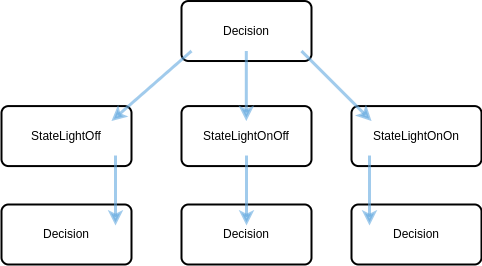
This is assets/path-ultrasonic-light.png from guimaraaes/cutes, a draw.io export, as it was before one commit. Source tidied: cells renumbered, new cells last; positions are measured from the earlier drawing's top-left corner, leaving out a move shared by most shapes. The source it was exported from:
```xml
<mxGraphModel>
  <root>
    <mxCell id="0" />
    <mxCell id="1" parent="0" />
    <mxCell id="2" value="Decision" style="rounded=1;whiteSpace=wrap;html=1;absoluteArcSize=1;arcSize=14;strokeWidth=2;" parent="1" vertex="1">
      <mxGeometry x="180" y="-0.5" width="130" height="60" as="geometry" />
    </mxCell>
    <mxCell id="3" value="StateLightOff" style="rounded=1;whiteSpace=wrap;html=1;absoluteArcSize=1;arcSize=14;strokeWidth=2;" parent="1" vertex="1">
      <mxGeometry y="104.6" width="130" height="60" as="geometry" />
    </mxCell>
    <mxCell id="4" value="StateLightOnOff" style="rounded=1;whiteSpace=wrap;html=1;absoluteArcSize=1;arcSize=14;strokeWidth=2;" parent="1" vertex="1">
      <mxGeometry x="180" y="104.6" width="130" height="60" as="geometry" />
    </mxCell>
    <mxCell id="5" value="StateLightOnOn" style="rounded=1;whiteSpace=wrap;html=1;absoluteArcSize=1;arcSize=14;strokeWidth=2;" parent="1" vertex="1">
      <mxGeometry x="350" y="104.6" width="130" height="60" as="geometry" />
    </mxCell>
    <mxCell id="6" style="endArrow=classic;html=1;rounded=0;fillColor=#dae8fc;strokeColor=#63a8df;strokeWidth=3;opacity=60;" parent="1" edge="1">
      <mxGeometry relative="1" as="geometry">
        <mxPoint x="244.8" y="49.5" as="sourcePoint" />
        <mxPoint x="244.8" y="119.5" as="targetPoint" />
      </mxGeometry>
    </mxCell>
    <mxCell id="7" style="endArrow=classic;html=1;rounded=0;fillColor=#dae8fc;strokeColor=#63a8df;strokeWidth=3;opacity=60;entryX=0.154;entryY=0.249;entryDx=0;entryDy=0;entryPerimeter=0;" parent="1" edge="1" target="5">
      <mxGeometry relative="1" as="geometry">
        <mxPoint x="300" y="49.5" as="sourcePoint" />
      </mxGeometry>
    </mxCell>
    <mxCell id="8" style="endArrow=classic;html=1;rounded=0;fillColor=#dae8fc;strokeColor=#63a8df;strokeWidth=3;opacity=60;entryX=0.846;entryY=0.249;entryDx=0;entryDy=0;entryPerimeter=0;" parent="1" edge="1" target="3">
      <mxGeometry relative="1" as="geometry">
        <mxPoint x="190" y="49.5" as="sourcePoint" />
      </mxGeometry>
    </mxCell>
    <mxCell id="9" value="Decision" style="rounded=1;whiteSpace=wrap;html=1;absoluteArcSize=1;arcSize=14;strokeWidth=2;" parent="1" vertex="1">
      <mxGeometry y="203" width="130" height="60" as="geometry" />
    </mxCell>
    <mxCell id="10" value="Decision" style="rounded=1;whiteSpace=wrap;html=1;absoluteArcSize=1;arcSize=14;strokeWidth=2;" parent="1" vertex="1">
      <mxGeometry x="180" y="203" width="130" height="60" as="geometry" />
    </mxCell>
    <mxCell id="11" value="Decision" style="rounded=1;whiteSpace=wrap;html=1;absoluteArcSize=1;arcSize=14;strokeWidth=2;" parent="1" vertex="1">
      <mxGeometry x="350" y="203" width="130" height="60" as="geometry" />
    </mxCell>
    <mxCell id="12" style="endArrow=classic;html=1;rounded=0;fillColor=#dae8fc;strokeColor=#63a8df;strokeWidth=3;opacity=60;" parent="1" edge="1">
      <mxGeometry relative="1" as="geometry">
        <mxPoint x="114" y="154" as="sourcePoint" />
        <mxPoint x="114" y="224" as="targetPoint" />
      </mxGeometry>
    </mxCell>
    <mxCell id="13" style="endArrow=classic;html=1;rounded=0;fillColor=#dae8fc;strokeColor=#63a8df;strokeWidth=3;opacity=60;" parent="1" edge="1">
      <mxGeometry relative="1" as="geometry">
        <mxPoint x="245" y="154" as="sourcePoint" />
        <mxPoint x="245" y="224" as="targetPoint" />
      </mxGeometry>
    </mxCell>
    <mxCell id="14" style="endArrow=classic;html=1;rounded=0;fillColor=#dae8fc;strokeColor=#63a8df;strokeWidth=3;opacity=60;" parent="1" edge="1">
      <mxGeometry relative="1" as="geometry">
        <mxPoint x="368" y="154" as="sourcePoint" />
        <mxPoint x="368" y="224" as="targetPoint" />
      </mxGeometry>
    </mxCell>
  </root>
</mxGraphModel>
```
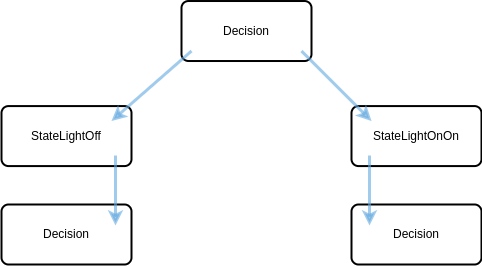
The same diagram one commit later.

Commit message:
update ultrasonic-light documentation

Diff of the diagram source:
```diff
@@ -8,54 +8,36 @@
     <mxCell id="3" value="StateLightOff" style="rounded=1;whiteSpace=wrap;html=1;absoluteArcSize=1;arcSize=14;strokeWidth=2;" parent="1" vertex="1">
       <mxGeometry y="104.6" width="130" height="60" as="geometry" />
     </mxCell>
-    <mxCell id="4" value="StateLightOnOff" style="rounded=1;whiteSpace=wrap;html=1;absoluteArcSize=1;arcSize=14;strokeWidth=2;" parent="1" vertex="1">
-      <mxGeometry x="180" y="104.6" width="130" height="60" as="geometry" />
+    <mxCell id="4" value="StateLightOnOn" style="rounded=1;whiteSpace=wrap;html=1;absoluteArcSize=1;arcSize=14;strokeWidth=2;" parent="1" vertex="1">
+      <mxGeometry x="350" y="104.6" width="130" height="60" as="geometry" />
     </mxCell>
-    <mxCell id="5" value="StateLightOnOn" style="rounded=1;whiteSpace=wrap;html=1;absoluteArcSize=1;arcSize=14;strokeWidth=2;" parent="1" vertex="1">
-      <mxGeometry x="350" y="104.6" width="130" height="60" as="geometry" />
+    <mxCell id="5" style="endArrow=classic;html=1;rounded=0;fillColor=#dae8fc;strokeColor=#63a8df;strokeWidth=3;opacity=60;entryX=0.154;entryY=0.249;entryDx=0;entryDy=0;entryPerimeter=0;" parent="1" edge="1" target="4">
+      <mxGeometry relative="1" as="geometry">
+        <mxPoint x="300" y="49.5" as="sourcePoint" />
+      </mxGeometry>
     </mxCell>
-    <mxCell id="6" style="endArrow=classic;html=1;rounded=0;fillColor=#dae8fc;strokeColor=#63a8df;strokeWidth=3;opacity=60;" parent="1" edge="1">
+    <mxCell id="6" style="endArrow=classic;html=1;rounded=0;fillColor=#dae8fc;strokeColor=#63a8df;strokeWidth=3;opacity=60;entryX=0.846;entryY=0.249;entryDx=0;entryDy=0;entryPerimeter=0;" parent="1" edge="1" target="3">
       <mxGeometry relative="1" as="geometry">
-        <mxPoint x="244.8" y="49.5" as="sourcePoint" />
-        <mxPoint x="244.8" y="119.5" as="targetPoint" />
+        <mxPoint x="190" y="49.5" as="sourcePoint" />
       </mxGeometry>
     </mxCell>
-    <mxCell id="7" style="endArrow=classic;html=1;rounded=0;fillColor=#dae8fc;strokeColor=#63a8df;strokeWidth=3;opacity=60;entryX=0.154;entryY=0.249;entryDx=0;entryDy=0;entryPerimeter=0;" parent="1" edge="1" target="5">
-      <mxGeometry relative="1" as="geometry">
-        <mxPoint x="300" y="49.5" as="sourcePoint" />
-      </mxGeometry>
+    <mxCell id="7" value="Decision" style="rounded=1;whiteSpace=wrap;html=1;absoluteArcSize=1;arcSize=14;strokeWidth=2;" parent="1" vertex="1">
+      <mxGeometry y="203" width="130" height="60" as="geometry" />
     </mxCell>
-    <mxCell id="8" style="endArrow=classic;html=1;rounded=0;fillColor=#dae8fc;strokeColor=#63a8df;strokeWidth=3;opacity=60;entryX=0.846;entryY=0.249;entryDx=0;entryDy=0;entryPerimeter=0;" parent="1" edge="1" target="3">
-      <mxGeometry relative="1" as="geometry">
-        <mxPoint x="190" y="49.5" as="sourcePoint" />
-      </mxGeometry>
+    <mxCell id="8" value="Decision" style="rounded=1;whiteSpace=wrap;html=1;absoluteArcSize=1;arcSize=14;strokeWidth=2;" parent="1" vertex="1">
+      <mxGeometry x="350" y="203" width="130" height="60" as="geometry" />
     </mxCell>
-    <mxCell id="9" value="Decision" style="rounded=1;whiteSpace=wrap;html=1;absoluteArcSize=1;arcSize=14;strokeWidth=2;" parent="1" vertex="1">
-      <mxGeometry y="203" width="130" height="60" as="geometry" />
+    <mxCell id="9" style="endArrow=classic;html=1;rounded=0;fillColor=#dae8fc;strokeColor=#63a8df;strokeWidth=3;opacity=60;" parent="1" edge="1">
+      <mxGeometry relative="1" as="geometry">
+        <mxPoint x="114" y="154" as="sourcePoint" />
+        <mxPoint x="114" y="224" as="targetPoint" />
+      </mxGeometry>
     </mxCell>
-    <mxCell id="10" value="Decision" style="rounded=1;whiteSpace=wrap;html=1;absoluteArcSize=1;arcSize=14;strokeWidth=2;" parent="1" vertex="1">
-      <mxGeometry x="180" y="203" width="130" height="60" as="geometry" />
+    <mxCell id="10" style="endArrow=classic;html=1;rounded=0;fillColor=#dae8fc;strokeColor=#63a8df;strokeWidth=3;opacity=60;" parent="1" edge="1">
+      <mxGeometry relative="1" as="geometry">
+        <mxPoint x="368" y="154" as="sourcePoint" />
+        <mxPoint x="368" y="224" as="targetPoint" />
+      </mxGeometry>
     </mxCell>
-    <mxCell id="11" value="Decision" style="rounded=1;whiteSpace=wrap;html=1;absoluteArcSize=1;arcSize=14;strokeWidth=2;" parent="1" vertex="1">
-      <mxGeometry x="350" y="203" width="130" height="60" as="geometry" />
-    </mxCell>
-    <mxCell id="12" style="endArrow=classic;html=1;rounded=0;fillColor=#dae8fc;strokeColor=#63a8df;strokeWidth=3;opacity=60;" parent="1" edge="1">
-      <mxGeometry relative="1" as="geometry">
-        <mxPoint x="114" y="154" as="sourcePoint" />
-        <mxPoint x="114" y="224" as="targetPoint" />
-      </mxGeometry>
-    </mxCell>
-    <mxCell id="13" style="endArrow=classic;html=1;rounded=0;fillColor=#dae8fc;strokeColor=#63a8df;strokeWidth=3;opacity=60;" parent="1" edge="1">
-      <mxGeometry relative="1" as="geometry">
-        <mxPoint x="245" y="154" as="sourcePoint" />
-        <mxPoint x="245" y="224" as="targetPoint" />
-      </mxGeometry>
-    </mxCell>
-    <mxCell id="14" style="endArrow=classic;html=1;rounded=0;fillColor=#dae8fc;strokeColor=#63a8df;strokeWidth=3;opacity=60;" parent="1" edge="1">
-      <mxGeometry relative="1" as="geometry">
-        <mxPoint x="368" y="154" as="sourcePoint" />
-        <mxPoint x="368" y="224" as="targetPoint" />
-      </mxGeometry>
-    </mxCell>
   </root>
 </mxGraphModel>
```
